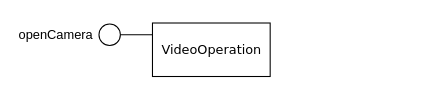
Above: Untitled Diagram.drawio in Jacky-LiXingHua/RemoteRepo (draw.io), before the change. Source tidied: cells renumbered, new cells numbered last; positions are measured from the earlier drawing's top-left corner, leaving out a move shared by most shapes. Both pictures are drawn from the tidied source at 107%, with x=0, y=0 at pixel (24, 18).
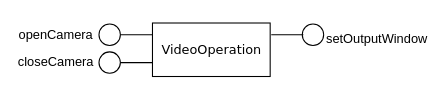
The same page after the edit.

The edit, as a diff of the source:
```diff
@@
 <mxGraphModel>
   <root>
     <mxCell id="0" />
     <mxCell id="1" parent="0" />
     <mxCell id="2" value="VideoOperation" style="html=1;rounded=0;shadow=0;comic=0;labelBackgroundColor=none;strokeWidth=1;fontFamily=Verdana;fontSize=12;align=center;" parent="1" vertex="1">
       <mxGeometry x="120" y="4" width="110" height="50" as="geometry" />
     </mxCell>
     <mxCell id="3" style="ellipse;whiteSpace=wrap;html=1;rounded=0;shadow=0;comic=0;labelBackgroundColor=none;strokeWidth=1;fontFamily=Verdana;fontSize=12;align=center;" parent="1" vertex="1">
       <mxGeometry x="70" y="5" width="20" height="20" as="geometry" />
     </mxCell>
     <mxCell id="4" style="edgeStyle=elbowEdgeStyle;rounded=0;html=1;labelBackgroundColor=none;startArrow=none;startFill=0;startSize=8;endArrow=none;endFill=0;endSize=16;fontFamily=Verdana;fontSize=12;" parent="1" edge="1">
       <mxGeometry relative="1" as="geometry">
         <mxPoint x="90" y="15" as="sourcePoint" />
         <mxPoint x="120" y="15" as="targetPoint" />
       </mxGeometry>
     </mxCell>
     <mxCell id="5" value="openCamera" style="text;html=1;align=center;verticalAlign=middle;whiteSpace=wrap;rounded=0;" parent="1" vertex="1">
       <mxGeometry width="60" height="30" as="geometry" />
     </mxCell>
+    <mxCell id="6" style="ellipse;whiteSpace=wrap;html=1;rounded=0;shadow=0;comic=0;labelBackgroundColor=none;strokeWidth=1;fontFamily=Verdana;fontSize=12;align=center;" parent="1" vertex="1">
+      <mxGeometry x="70" y="31" width="20" height="20" as="geometry" />
+    </mxCell>
+    <mxCell id="7" style="edgeStyle=elbowEdgeStyle;rounded=0;html=1;labelBackgroundColor=none;startArrow=none;startFill=0;startSize=8;endArrow=none;endFill=0;endSize=16;fontFamily=Verdana;fontSize=12;" parent="1" edge="1">
+      <mxGeometry relative="1" as="geometry">
+        <mxPoint x="90" y="41" as="sourcePoint" />
+        <mxPoint x="120" y="41" as="targetPoint" />
+      </mxGeometry>
+    </mxCell>
+    <mxCell id="8" value="closeCamera" style="text;html=1;align=center;verticalAlign=middle;whiteSpace=wrap;rounded=0;" parent="1" vertex="1">
+      <mxGeometry y="26" width="60" height="30" as="geometry" />
+    </mxCell>
+    <mxCell id="9" style="ellipse;whiteSpace=wrap;html=1;rounded=0;shadow=0;comic=0;labelBackgroundColor=none;strokeWidth=1;fontFamily=Verdana;fontSize=12;align=center;" parent="1" vertex="1">
+      <mxGeometry x="260" y="5" width="20" height="20" as="geometry" />
+    </mxCell>
+    <mxCell id="10" style="edgeStyle=elbowEdgeStyle;rounded=0;html=1;labelBackgroundColor=none;startArrow=none;startFill=0;startSize=8;endArrow=none;endFill=0;endSize=16;fontFamily=Verdana;fontSize=12;" parent="1" edge="1">
+      <mxGeometry relative="1" as="geometry">
+        <mxPoint x="231" y="15" as="sourcePoint" />
+        <mxPoint x="261" y="15" as="targetPoint" />
+      </mxGeometry>
+    </mxCell>
+    <mxCell id="11" value="setOutputWindow" style="text;html=1;align=center;verticalAlign=middle;whiteSpace=wrap;rounded=0;" parent="1" vertex="1">
+      <mxGeometry x="300" y="4" width="60" height="30" as="geometry" />
+    </mxCell>
   </root>
 </mxGraphModel>
```
